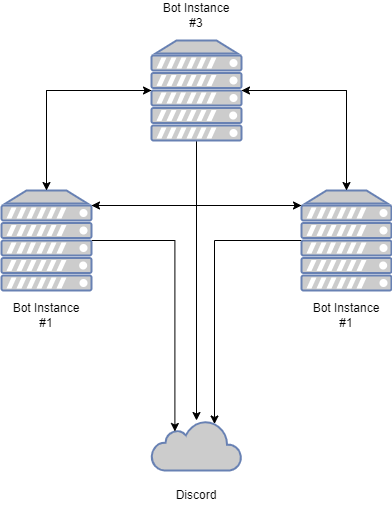
Artucuno/lbic keeps this draw.io diagram as assets/netmap.png. Above is the earlier version. Source tidied: cells renumbered, new cells last; positions are measured from the earlier drawing's top-left corner, leaving out a move shared by most shapes.
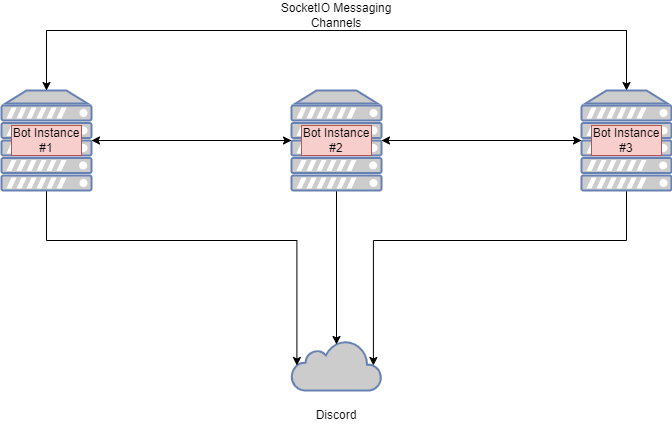
Above is the later version.

Change to the diagram source:
```diff
@@ -2,56 +2,79 @@
   <root>
     <mxCell id="0" />
     <mxCell id="1" parent="0" />
-    <mxCell id="2" style="html=1;outlineConnect=0;fillColor=#CCCCCC;strokeColor=#6881B3;gradientColor=none;gradientDirection=north;strokeWidth=2;shape=mxgraph.networks.cloud;fontColor=#ffffff;" parent="1" vertex="1">
-      <mxGeometry x="150" y="420" width="90" height="50" as="geometry" />
-    </mxCell>
-    <mxCell id="3" style="edgeStyle=orthogonalEdgeStyle;rounded=0;jettySize=auto;html=1;entryX=0.26;entryY=0.22;entryDx=0;entryDy=0;entryPerimeter=0;" parent="1" edge="1" source="6" target="2">
-      <mxGeometry relative="1" as="geometry" />
-    </mxCell>
-    <mxCell id="4" style="edgeStyle=orthogonalEdgeStyle;rounded=0;jettySize=auto;html=1;exitX=1;exitY=0.15;exitDx=0;exitDy=0;exitPerimeter=0;entryX=0;entryY=0.15;entryDx=0;entryDy=0;entryPerimeter=0;" parent="1" edge="1" source="6" target="10">
-      <mxGeometry relative="1" as="geometry" />
-    </mxCell>
-    <mxCell id="5" style="edgeStyle=orthogonalEdgeStyle;rounded=0;jettySize=auto;html=1;exitX=0.5;exitY=0;exitDx=0;exitDy=0;exitPerimeter=0;entryX=0;entryY=0.5;entryDx=0;entryDy=0;entryPerimeter=0;" parent="1" edge="1" source="6" target="17">
-      <mxGeometry relative="1" as="geometry" />
-    </mxCell>
-    <mxCell id="6" style="fontColor=#0066CC;verticalAlign=top;verticalLabelPosition=bottom;labelPosition=center;align=center;html=1;outlineConnect=0;fillColor=#CCCCCC;strokeColor=#6881B3;gradientColor=none;gradientDirection=north;strokeWidth=2;shape=mxgraph.networks.server;" parent="1" vertex="1">
-      <mxGeometry y="190" width="90" height="100" as="geometry" />
-    </mxCell>
-    <mxCell id="7" style="edgeStyle=orthogonalEdgeStyle;rounded=0;jettySize=auto;html=1;entryX=0.7;entryY=0.07;entryDx=0;entryDy=0;entryPerimeter=0;" parent="1" edge="1" source="10" target="2">
-      <mxGeometry relative="1" as="geometry" />
-    </mxCell>
-    <mxCell id="8" style="edgeStyle=orthogonalEdgeStyle;rounded=0;jettySize=auto;html=1;exitX=0;exitY=0.15;exitDx=0;exitDy=0;exitPerimeter=0;entryX=1;entryY=0.15;entryDx=0;entryDy=0;entryPerimeter=0;" parent="1" edge="1" source="10" target="6">
-      <mxGeometry relative="1" as="geometry" />
-    </mxCell>
-    <mxCell id="9" style="edgeStyle=orthogonalEdgeStyle;rounded=0;jettySize=auto;html=1;exitX=0.5;exitY=0;exitDx=0;exitDy=0;exitPerimeter=0;entryX=1;entryY=0.5;entryDx=0;entryDy=0;entryPerimeter=0;" parent="1" edge="1" source="10" target="17">
-      <mxGeometry relative="1" as="geometry" />
-    </mxCell>
-    <mxCell id="10" style="fontColor=#0066CC;verticalAlign=top;verticalLabelPosition=bottom;labelPosition=center;align=center;html=1;outlineConnect=0;fillColor=#CCCCCC;strokeColor=#6881B3;gradientColor=none;gradientDirection=north;strokeWidth=2;shape=mxgraph.networks.server;" parent="1" vertex="1">
-      <mxGeometry x="300" y="190" width="90" height="100" as="geometry" />
-    </mxCell>
-    <mxCell id="11" value="Bot Instance #1" style="text;strokeColor=none;align=center;fillColor=none;html=1;verticalAlign=middle;whiteSpace=wrap;rounded=0;" parent="1" vertex="1">
-      <mxGeometry x="10" y="300" width="70" height="30" as="geometry" />
-    </mxCell>
-    <mxCell id="12" value="Bot Instance #1" style="text;strokeColor=none;align=center;fillColor=none;html=1;verticalAlign=middle;whiteSpace=wrap;rounded=0;" parent="1" vertex="1">
-      <mxGeometry x="310" y="300" width="70" height="30" as="geometry" />
-    </mxCell>
+    <mxCell id="19" style="html=1;outlineConnect=0;fillColor=#CCCCCC;strokeColor=#6881B3;gradientColor=none;gradientDirection=north;strokeWidth=2;shape=mxgraph.networks.cloud;fontColor=#ffffff;" parent="1" vertex="1">
+      <mxGeometry x="340" y="570" width="90" height="50" as="geometry" />
+    </mxCell>
+    <mxCell id="20" style="edgeStyle=orthogonalEdgeStyle;rounded=0;jettySize=auto;html=1;entryX=0.06;entryY=0.5;entryDx=0;entryDy=0;entryPerimeter=0;" parent="1" edge="1" source="23" target="19">
+      <mxGeometry relative="1" as="geometry">
+        <Array as="points">
+          <mxPoint x="95" y="470" />
+          <mxPoint x="345" y="470" />
+        </Array>
+      </mxGeometry>
+    </mxCell>
+    <mxCell id="21" style="edgeStyle=orthogonalEdgeStyle;rounded=0;jettySize=auto;html=1;exitX=1;exitY=0.5;exitDx=0;exitDy=0;exitPerimeter=0;entryX=0;entryY=0.5;entryDx=0;entryDy=0;entryPerimeter=0;" parent="1" edge="1" source="23" target="27">
+      <mxGeometry relative="1" as="geometry" />
+    </mxCell>
+    <mxCell id="22" style="edgeStyle=orthogonalEdgeStyle;rounded=0;jettySize=auto;html=1;entryX=0.5;entryY=0;entryDx=0;entryDy=0;entryPerimeter=0;" parent="1" edge="1" source="23" target="31">
+      <mxGeometry relative="1" as="geometry">
+        <Array as="points">
+          <mxPoint x="95" y="260" />
+          <mxPoint x="675" y="260" />
+        </Array>
+      </mxGeometry>
+    </mxCell>
+    <mxCell id="23" style="fontColor=#0066CC;verticalAlign=top;verticalLabelPosition=bottom;labelPosition=center;align=center;html=1;outlineConnect=0;fillColor=#CCCCCC;strokeColor=#6881B3;gradientColor=none;gradientDirection=north;strokeWidth=2;shape=mxgraph.networks.server;" parent="1" vertex="1">
+      <mxGeometry x="50" y="320" width="90" height="100" as="geometry" />
+    </mxCell>
+    <mxCell id="24" style="edgeStyle=orthogonalEdgeStyle;rounded=0;jettySize=auto;html=1;entryX=0.5;entryY=0.08;entryDx=0;entryDy=0;entryPerimeter=0;" parent="1" edge="1" source="27" target="19">
+      <mxGeometry relative="1" as="geometry" />
+    </mxCell>
+    <mxCell id="25" style="edgeStyle=orthogonalEdgeStyle;rounded=0;jettySize=auto;html=1;exitX=1;exitY=0.5;exitDx=0;exitDy=0;exitPerimeter=0;" parent="1" edge="1" source="27" target="31">
+      <mxGeometry relative="1" as="geometry" />
+    </mxCell>
+    <mxCell id="26" style="edgeStyle=orthogonalEdgeStyle;rounded=0;jettySize=auto;html=1;exitX=0;exitY=0.5;exitDx=0;exitDy=0;exitPerimeter=0;" parent="1" edge="1" source="27" target="23">
+      <mxGeometry relative="1" as="geometry" />
+    </mxCell>
+    <mxCell id="27" style="fontColor=#0066CC;verticalAlign=top;verticalLabelPosition=bottom;labelPosition=center;align=center;html=1;outlineConnect=0;fillColor=#CCCCCC;strokeColor=#6881B3;gradientColor=none;gradientDirection=north;strokeWidth=2;shape=mxgraph.networks.server;" parent="1" vertex="1">
+      <mxGeometry x="340" y="320" width="90" height="100" as="geometry" />
+    </mxCell>
+    <mxCell id="28" style="edgeStyle=orthogonalEdgeStyle;rounded=0;jettySize=auto;html=1;entryX=0.91;entryY=0.5;entryDx=0;entryDy=0;entryPerimeter=0;" parent="1" edge="1" source="31" target="19">
+      <mxGeometry relative="1" as="geometry">
+        <Array as="points">
+          <mxPoint x="675" y="470" />
+          <mxPoint x="422" y="470" />
+        </Array>
+      </mxGeometry>
+    </mxCell>
+    <mxCell id="29" style="edgeStyle=orthogonalEdgeStyle;rounded=0;jettySize=auto;html=1;entryX=1;entryY=0.5;entryDx=0;entryDy=0;entryPerimeter=0;" parent="1" edge="1" source="31" target="27">
+      <mxGeometry relative="1" as="geometry" />
+    </mxCell>
+    <mxCell id="30" style="edgeStyle=orthogonalEdgeStyle;rounded=0;jettySize=auto;html=1;exitX=0.5;exitY=0;exitDx=0;exitDy=0;exitPerimeter=0;entryX=0.5;entryY=0;entryDx=0;entryDy=0;entryPerimeter=0;" parent="1" edge="1" source="31" target="23">
+      <mxGeometry relative="1" as="geometry">
+        <Array as="points">
+          <mxPoint x="675" y="260" />
+          <mxPoint x="95" y="260" />
+        </Array>
+      </mxGeometry>
+    </mxCell>
+    <mxCell id="31" style="fontColor=#0066CC;verticalAlign=top;verticalLabelPosition=bottom;labelPosition=center;align=center;html=1;outlineConnect=0;fillColor=#CCCCCC;strokeColor=#6881B3;gradientColor=none;gradientDirection=north;strokeWidth=2;shape=mxgraph.networks.server;" parent="1" vertex="1">
+      <mxGeometry x="630" y="320" width="90" height="100" as="geometry" />
+    </mxCell>
     <mxCell id="13" value="Discord" style="text;strokeColor=none;align=center;fillColor=none;html=1;verticalAlign=middle;whiteSpace=wrap;rounded=0;" parent="1" vertex="1">
-      <mxGeometry x="160" y="480" width="70" height="30" as="geometry" />
+      <mxGeometry x="355" y="630" width="60" height="30" as="geometry" />
     </mxCell>
-    <mxCell id="14" style="edgeStyle=orthogonalEdgeStyle;rounded=0;jettySize=auto;html=1;" parent="1" edge="1" source="17" target="2">
-      <mxGeometry relative="1" as="geometry" />
-    </mxCell>
-    <mxCell id="15" style="edgeStyle=orthogonalEdgeStyle;rounded=0;jettySize=auto;html=1;entryX=0.5;entryY=0;entryDx=0;entryDy=0;entryPerimeter=0;" parent="1" edge="1" source="17" target="10">
-      <mxGeometry relative="1" as="geometry" />
-    </mxCell>
-    <mxCell id="16" style="edgeStyle=orthogonalEdgeStyle;rounded=0;jettySize=auto;html=1;exitX=0;exitY=0.5;exitDx=0;exitDy=0;exitPerimeter=0;entryX=0.5;entryY=0;entryDx=0;entryDy=0;entryPerimeter=0;" parent="1" edge="1" source="17" target="6">
-      <mxGeometry relative="1" as="geometry" />
-    </mxCell>
-    <mxCell id="17" style="fontColor=#0066CC;verticalAlign=top;verticalLabelPosition=bottom;labelPosition=center;align=center;html=1;outlineConnect=0;fillColor=#CCCCCC;strokeColor=#6881B3;gradientColor=none;gradientDirection=north;strokeWidth=2;shape=mxgraph.networks.server;" parent="1" vertex="1">
-      <mxGeometry x="150" y="40" width="90" height="100" as="geometry" />
-    </mxCell>
-    <mxCell id="18" value="Bot Instance #3" style="text;strokeColor=none;align=center;fillColor=none;html=1;verticalAlign=middle;whiteSpace=wrap;rounded=0;" parent="1" vertex="1">
-      <mxGeometry x="160" width="70" height="30" as="geometry" />
+    <mxCell id="18" value="Bot Instance #3" style="text;strokeColor=#b85450;align=center;fillColor=#f8cecc;html=1;verticalAlign=middle;whiteSpace=wrap;rounded=0;" parent="1" vertex="1">
+      <mxGeometry x="640" y="355" width="70" height="30" as="geometry" />
     </mxCell>
+    <mxCell id="32" value="Bot Instance #2" style="text;strokeColor=#b85450;align=center;fillColor=#f8cecc;html=1;verticalAlign=middle;whiteSpace=wrap;rounded=0;" parent="1" vertex="1">
+      <mxGeometry x="350" y="355" width="70" height="30" as="geometry" />
+    </mxCell>
+    <mxCell id="33" value="Bot Instance #1" style="text;strokeColor=#b85450;align=center;fillColor=#f8cecc;html=1;verticalAlign=middle;whiteSpace=wrap;rounded=0;" parent="1" vertex="1">
+      <mxGeometry x="60" y="355" width="70" height="30" as="geometry" />
+    </mxCell>
+    <mxCell id="34" value="SocketIO Messaging Channels" style="text;strokeColor=none;align=center;fillColor=none;html=1;verticalAlign=middle;whiteSpace=wrap;rounded=0;" parent="1" vertex="1">
+      <mxGeometry x="315" y="230" width="140" height="30" as="geometry" />
+    </mxCell>
   </root>
 </mxGraphModel>
```
